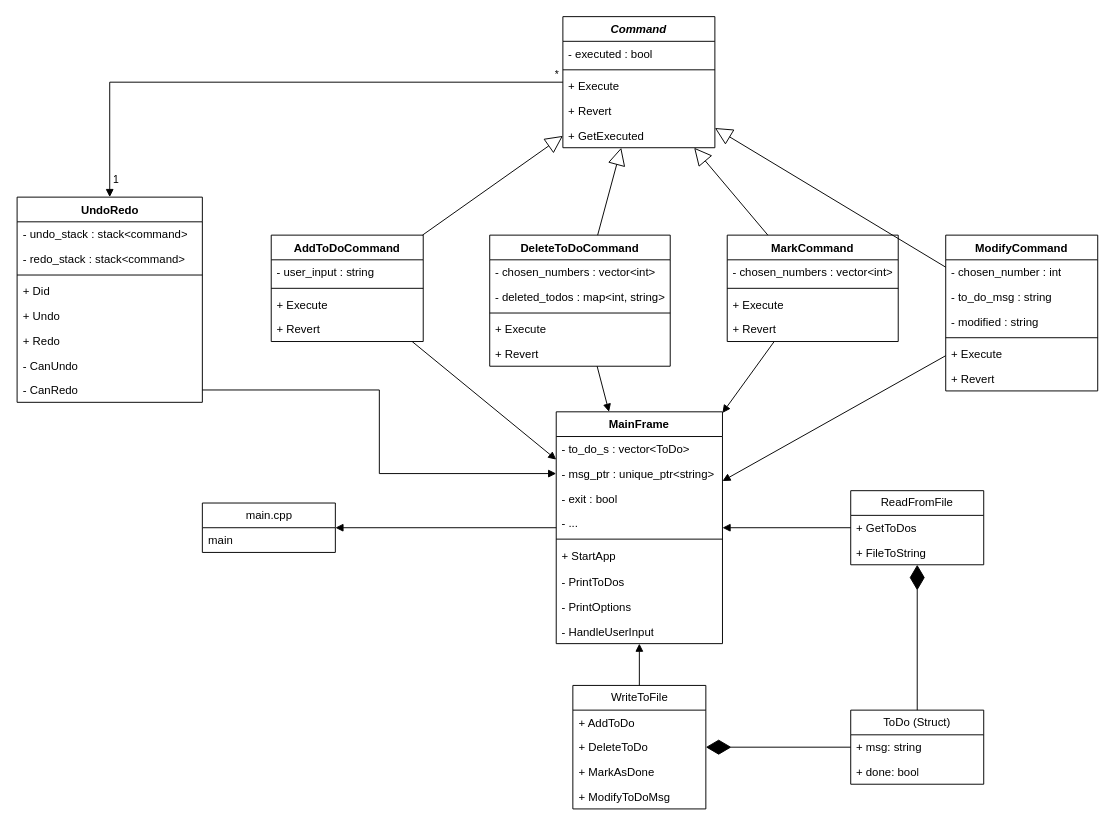
This is page "Class Diagram" (3 of 3) of uml_diagrams/ToDoListConsoleApplication.drawio from EvatsugDnalloR/ToDoListConsoleApplication, a draw.io file, before an edit. Source tidied: cells renumbered, new cells numbered last; positions are measured from the earlier drawing's top-left corner, leaving out a move shared by most shapes. Both pictures are drawn from the tidied source at 95%, with x=0, y=0 at pixel (16, 16).
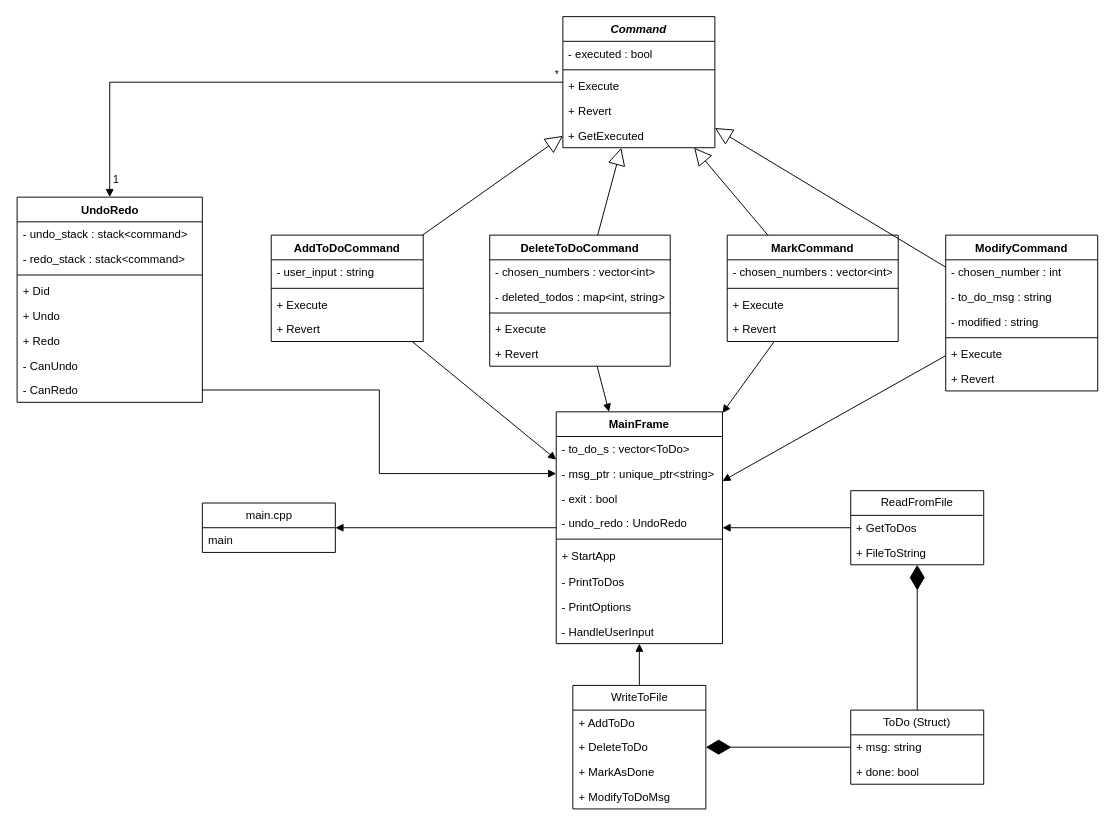
Above is the later version.

Commit message (it also covers changes not shown here):
updated class diagram

Unchanged cells that the change refers to:
```xml
<mxCell id="26" value="MainFrame" style="swimlane;fontStyle=1;align=center;verticalAlign=top;horizontal=1;startSize=26;whiteSpace=wrap;html=1;" parent="1" vertex="1">
  <mxGeometry x="568" y="416" width="175" height="244" as="geometry" />
</mxCell>
```

Change to the diagram source:
```diff
@@
-    <mxCell id="30" value="- ..." style="text;strokeColor=none;fillColor=none;align=left;verticalAlign=top;spacingLeft=4;spacingRight=4;overflow=hidden;whiteSpace=wrap;html=1;" parent="26" vertex="1">
+    <mxCell id="30" value="- undo_redo : UndoRedo" style="text;strokeColor=none;fillColor=none;align=left;verticalAlign=top;spacingLeft=4;spacingRight=4;overflow=hidden;whiteSpace=wrap;html=1;" parent="26" vertex="1">
       <mxGeometry y="104" width="175" height="26" as="geometry" />
     </mxCell>
```
